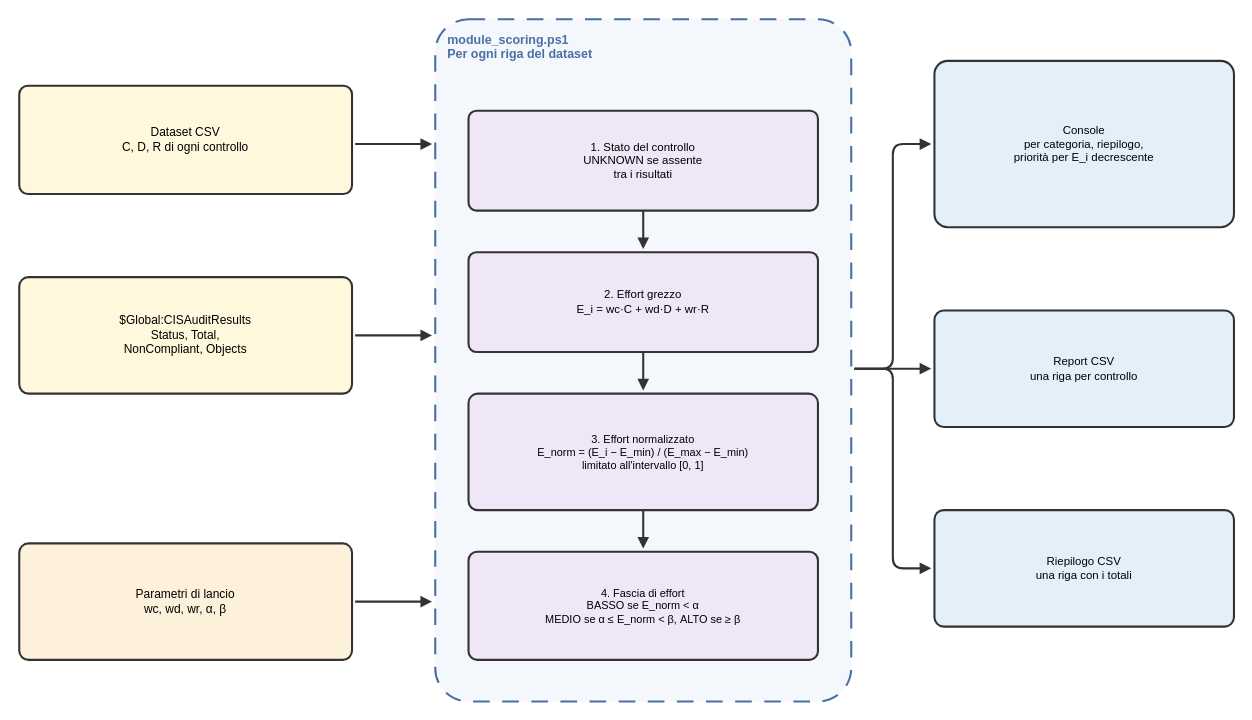
Before: Tesi/img/pipeline_scoring.drawio in MasterCruelty/Thesis-CIS-Assessment, a draw.io diagram. Source tidied: cells renumbered, new cells numbered last; positions are measured from the earlier drawing's top-left corner, leaving out a move shared by most shapes. Both pictures are drawn from the tidied source at 104%, with x=0, y=0 at pixel (19, 19).
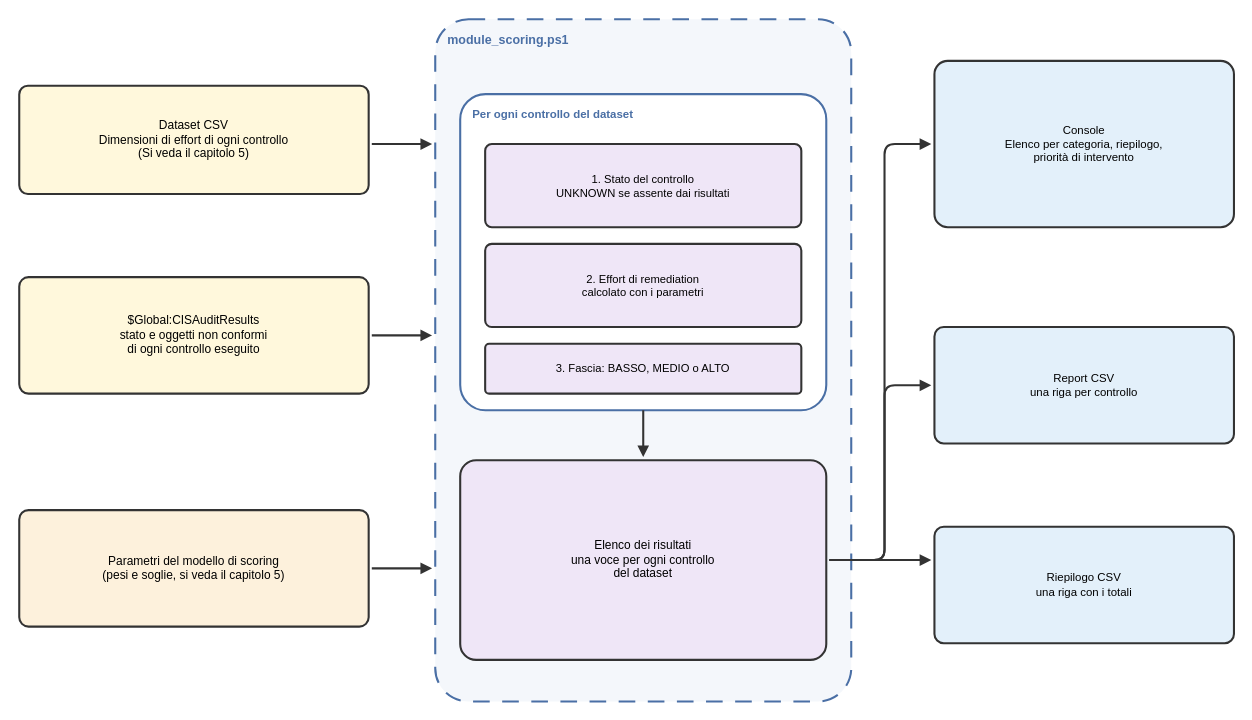
Above is the later version.

The edit, as a diff of the source:
```diff
@@
-    <mxCell id="2" value="Dataset CSV&lt;br&gt;C, D, R di ogni controllo" style="rounded=1;arcSize=8;whiteSpace=wrap;html=1;fillColor=#fff8dc;strokeColor=#333333;strokeWidth=2;fontSize=11.5;fontColor=#000000;fontStyle=0;align=center;verticalAlign=middle;" parent="1" vertex="1">
-      <mxGeometry y="64" width="320" height="104" as="geometry" />
+    <mxCell id="2" value="Dataset CSV&lt;br&gt;Dimensioni di effort di ogni controllo&lt;div&gt;(Si veda il capitolo 5)&lt;/div&gt;" style="rounded=1;arcSize=8;whiteSpace=wrap;html=1;fillColor=#fff8dc;strokeColor=#333333;strokeWidth=2;fontSize=11.5;fontColor=#000000;fontStyle=0;align=center;verticalAlign=middle;" parent="1" vertex="1">
+      <mxGeometry y="64" width="336" height="104" as="geometry" />
     </mxCell>
-    <mxCell id="3" value="$Global:CISAuditResults&lt;br&gt;Status, Total,&lt;br&gt;NonCompliant, Objects" style="rounded=1;arcSize=8;whiteSpace=wrap;html=1;fillColor=#fff8dc;strokeColor=#333333;strokeWidth=2;fontSize=11.5;fontColor=#000000;fontStyle=0;align=center;verticalAlign=middle;" parent="1" vertex="1">
-      <mxGeometry y="248" width="320" height="112" as="geometry" />
+    <mxCell id="3" value="$Global:CISAuditResults&lt;br&gt;stato e oggetti non conformi&lt;br&gt;di ogni controllo eseguito" style="rounded=1;arcSize=8;whiteSpace=wrap;html=1;fillColor=#fff8dc;strokeColor=#333333;strokeWidth=2;fontSize=11.5;fontColor=#000000;fontStyle=0;align=center;verticalAlign=middle;" parent="1" vertex="1">
+      <mxGeometry y="248" width="336" height="112" as="geometry" />
     </mxCell>
-    <mxCell id="4" value="Parametri di lancio&lt;br&gt;wc, wd, wr, α, β" style="rounded=1;arcSize=8;whiteSpace=wrap;html=1;fillColor=#fdf1dc;strokeColor=#333333;strokeWidth=2;fontSize=11.5;fontColor=#000000;fontStyle=0;align=center;verticalAlign=middle;" parent="1" vertex="1">
-      <mxGeometry y="504" width="320" height="112" as="geometry" />
+    <mxCell id="4" value="Parametri del modello di scoring&lt;div&gt;(pesi e soglie, si veda il capitolo 5)&lt;/div&gt;" style="rounded=1;arcSize=8;whiteSpace=wrap;html=1;fillColor=#fdf1dc;strokeColor=#333333;strokeWidth=2;fontSize=11.5;fontColor=#000000;fontStyle=0;align=center;verticalAlign=middle;" parent="1" vertex="1">
+      <mxGeometry y="472" width="336" height="112" as="geometry" />
     </mxCell>
-    <mxCell id="5" value="module_scoring.ps1&lt;br&gt;Per ogni riga del dataset" style="rounded=1;arcSize=8;whiteSpace=wrap;html=1;fillColor=#f4f7fb;strokeColor=#4a6fa5;strokeWidth=2;fontSize=12;fontColor=#4a6fa5;fontStyle=1;align=left;verticalAlign=top;dashed=1;dashPattern=8 6;spacingLeft=10;spacingTop=6;" parent="1" vertex="1">
+    <mxCell id="5" value="module_scoring.ps1" style="rounded=1;arcSize=8;whiteSpace=wrap;html=1;fillColor=#f4f7fb;strokeColor=#4a6fa5;strokeWidth=2;fontSize=12;fontColor=#4a6fa5;fontStyle=1;align=left;verticalAlign=top;dashed=1;dashPattern=8 6;spacingLeft=10;spacingTop=6;" parent="1" vertex="1">
       <mxGeometry x="400" width="400" height="656" as="geometry" />
     </mxCell>
-    <mxCell id="6" value="1. Stato del controllo&lt;br&gt;UNKNOWN se assente&lt;br&gt;tra i risultati" style="rounded=1;arcSize=8;whiteSpace=wrap;html=1;fillColor=#efe6f7;strokeColor=#333333;strokeWidth=2;fontSize=11;fontColor=#000000;fontStyle=0;align=center;verticalAlign=middle;" parent="1" vertex="1">
-      <mxGeometry x="432" y="88" width="336" height="96" as="geometry" />
+    <mxCell id="6" value="Per ogni controllo del dataset" style="rounded=1;arcSize=8;whiteSpace=wrap;html=1;fillColor=#ffffff;strokeColor=#4a6fa5;strokeWidth=2;fontSize=11;fontColor=#4a6fa5;fontStyle=1;align=left;verticalAlign=top;spacingLeft=10;spacingTop=6;" parent="1" vertex="1">
+      <mxGeometry x="424" y="72" width="352" height="304" as="geometry" />
     </mxCell>
-    <mxCell id="7" value="2. Effort grezzo&lt;br&gt;E_i = wc·C + wd·D + wr·R" style="rounded=1;arcSize=8;whiteSpace=wrap;html=1;fillColor=#efe6f7;strokeColor=#333333;strokeWidth=2;fontSize=11;fontColor=#000000;fontStyle=0;align=center;verticalAlign=middle;" parent="1" vertex="1">
-      <mxGeometry x="432" y="224" width="336" height="96" as="geometry" />
+    <mxCell id="7" value="1. Stato del controllo&lt;br&gt;UNKNOWN se assente dai risultati" style="rounded=1;arcSize=8;whiteSpace=wrap;html=1;fillColor=#efe6f7;strokeColor=#333333;strokeWidth=2;fontSize=10.8;fontColor=#000000;fontStyle=0;align=center;verticalAlign=middle;" parent="1" vertex="1">
+      <mxGeometry x="448" y="120" width="304" height="80" as="geometry" />
     </mxCell>
-    <mxCell id="8" value="3. Effort normalizzato&lt;br&gt;E_norm = (E_i − E_min) / (E_max − E_min)&lt;br&gt;limitato all'intervallo [0, 1]" style="rounded=1;arcSize=8;whiteSpace=wrap;html=1;fillColor=#efe6f7;strokeColor=#333333;strokeWidth=2;fontSize=10.5;fontColor=#000000;fontStyle=0;align=center;verticalAlign=middle;" parent="1" vertex="1">
-      <mxGeometry x="432" y="360" width="336" height="112" as="geometry" />
+    <mxCell id="8" value="2. Effort di remediation&lt;br&gt;calcolato con i parametri" style="rounded=1;arcSize=8;whiteSpace=wrap;html=1;fillColor=#efe6f7;strokeColor=#333333;strokeWidth=2;fontSize=10.8;fontColor=#000000;fontStyle=0;align=center;verticalAlign=middle;" parent="1" vertex="1">
+      <mxGeometry x="448" y="216" width="304" height="80" as="geometry" />
     </mxCell>
-    <mxCell id="9" value="4. Fascia di effort&lt;br&gt;BASSO se E_norm &lt; α&lt;br&gt;MEDIO se α ≤ E_norm &lt; β, ALTO se ≥ β" style="rounded=1;arcSize=8;whiteSpace=wrap;html=1;fillColor=#efe6f7;strokeColor=#333333;strokeWidth=2;fontSize=10.5;fontColor=#000000;fontStyle=0;align=center;verticalAlign=middle;" parent="1" vertex="1">
-      <mxGeometry x="432" y="512" width="336" height="104" as="geometry" />
+    <mxCell id="9" value="3. Fascia: BASSO, MEDIO o ALTO" style="rounded=1;arcSize=8;whiteSpace=wrap;html=1;fillColor=#efe6f7;strokeColor=#333333;strokeWidth=2;fontSize=10.8;fontColor=#000000;fontStyle=0;align=center;verticalAlign=middle;" parent="1" vertex="1">
+      <mxGeometry x="448" y="312" width="304" height="48" as="geometry" />
     </mxCell>
-    <mxCell id="10" value="Console&lt;br&gt;per categoria, riepilogo,&lt;br&gt;priorità per E_i decrescente" style="rounded=1;arcSize=8;whiteSpace=wrap;html=1;fillColor=#e3f0fa;strokeColor=#333333;strokeWidth=2;fontSize=11;fontColor=#000000;fontStyle=0;align=center;verticalAlign=middle;" parent="1" vertex="1">
-      <mxGeometry x="880" y="40" width="288" height="160" as="geometry" />
+    <mxCell id="10" value="Elenco dei risultati&lt;br&gt;una voce per ogni controllo&lt;br&gt;del dataset" style="rounded=1;arcSize=8;whiteSpace=wrap;html=1;fillColor=#efe6f7;strokeColor=#333333;strokeWidth=2;fontSize=11.5;fontColor=#000000;fontStyle=0;align=center;verticalAlign=middle;" parent="1" vertex="1">
+      <mxGeometry x="424" y="424" width="352" height="192" as="geometry" />
     </mxCell>
-    <mxCell id="11" value="Report CSV&lt;br&gt;una riga per controllo" style="rounded=1;arcSize=8;whiteSpace=wrap;html=1;fillColor=#e3f0fa;strokeColor=#333333;strokeWidth=2;fontSize=11;fontColor=#000000;fontStyle=0;align=center;verticalAlign=middle;" parent="1" vertex="1">
-      <mxGeometry x="880" y="280" width="288" height="112" as="geometry" />
+    <mxCell id="11" value="Console&lt;br&gt;Elenco per categoria, riepilogo,&lt;br&gt;priorità di intervento" style="rounded=1;arcSize=8;whiteSpace=wrap;html=1;fillColor=#e3f0fa;strokeColor=#333333;strokeWidth=2;fontSize=11;fontColor=#000000;fontStyle=0;align=center;verticalAlign=middle;" parent="1" vertex="1">
+      <mxGeometry x="880" y="40" width="288" height="160" as="geometry" />
     </mxCell>
-    <mxCell id="12" value="Riepilogo CSV&lt;br&gt;una riga con i totali" style="rounded=1;arcSize=8;whiteSpace=wrap;html=1;fillColor=#e3f0fa;strokeColor=#333333;strokeWidth=2;fontSize=11;fontColor=#000000;fontStyle=0;align=center;verticalAlign=middle;" parent="1" vertex="1">
-      <mxGeometry x="880" y="472" width="288" height="112" as="geometry" />
+    <mxCell id="12" value="Report CSV&lt;br&gt;una riga per controllo" style="rounded=1;arcSize=8;whiteSpace=wrap;html=1;fillColor=#e3f0fa;strokeColor=#333333;strokeWidth=2;fontSize=11;fontColor=#000000;fontStyle=0;align=center;verticalAlign=middle;" parent="1" vertex="1">
+      <mxGeometry x="880" y="296" width="288" height="112" as="geometry" />
     </mxCell>
-    <mxCell id="13" style="endArrow=block;endFill=1;html=1;strokeColor=#333333;strokeWidth=2;" parent="1" edge="1">
-      <mxGeometry relative="1" as="geometry">
-        <mxPoint x="323" y="120" as="sourcePoint" />
-        <mxPoint x="397" y="120" as="targetPoint" />
-      </mxGeometry>
+    <mxCell id="13" value="Riepilogo CSV&lt;br&gt;una riga con i totali" style="rounded=1;arcSize=8;whiteSpace=wrap;html=1;fillColor=#e3f0fa;strokeColor=#333333;strokeWidth=2;fontSize=11;fontColor=#000000;fontStyle=0;align=center;verticalAlign=middle;" parent="1" vertex="1">
+      <mxGeometry x="880" y="488" width="288" height="112" as="geometry" />
     </mxCell>
     <mxCell id="14" style="endArrow=block;endFill=1;html=1;strokeColor=#333333;strokeWidth=2;" parent="1" edge="1">
       <mxGeometry relative="1" as="geometry">
-        <mxPoint x="323" y="304" as="sourcePoint" />
-        <mxPoint x="397" y="304" as="targetPoint" />
+        <mxPoint x="339" y="120" as="sourcePoint" />
+        <mxPoint x="397" y="120" as="targetPoint" />
       </mxGeometry>
     </mxCell>
     <mxCell id="15" style="endArrow=block;endFill=1;html=1;strokeColor=#333333;strokeWidth=2;" parent="1" edge="1">
       <mxGeometry relative="1" as="geometry">
-        <mxPoint x="323" y="560" as="sourcePoint" />
-        <mxPoint x="397" y="560" as="targetPoint" />
+        <mxPoint x="339" y="304" as="sourcePoint" />
+        <mxPoint x="397" y="304" as="targetPoint" />
       </mxGeometry>
     </mxCell>
     <mxCell id="16" style="endArrow=block;endFill=1;html=1;strokeColor=#333333;strokeWidth=2;" parent="1" edge="1">
       <mxGeometry relative="1" as="geometry">
-        <mxPoint x="600" y="184" as="sourcePoint" />
-        <mxPoint x="600" y="221" as="targetPoint" />
+        <mxPoint x="339" y="528" as="sourcePoint" />
+        <mxPoint x="397" y="528" as="targetPoint" />
       </mxGeometry>
     </mxCell>
     <mxCell id="17" style="endArrow=block;endFill=1;html=1;strokeColor=#333333;strokeWidth=2;" parent="1" edge="1">
       <mxGeometry relative="1" as="geometry">
-        <mxPoint x="600" y="320" as="sourcePoint" />
-        <mxPoint x="600" y="357" as="targetPoint" />
+        <mxPoint x="600" y="376" as="sourcePoint" />
+        <mxPoint x="600" y="421" as="targetPoint" />
       </mxGeometry>
     </mxCell>
     <mxCell id="18" style="endArrow=block;endFill=1;html=1;strokeColor=#333333;strokeWidth=2;" parent="1" edge="1">
       <mxGeometry relative="1" as="geometry">
-        <mxPoint x="600" y="472" as="sourcePoint" />
-        <mxPoint x="600" y="509" as="targetPoint" />
+        <mxPoint x="779" y="520" as="sourcePoint" />
+        <mxPoint x="877" y="120" as="targetPoint" />
+        <Array as="points">
+          <mxPoint x="832" y="520" />
+          <mxPoint x="832" y="120" />
+        </Array>
       </mxGeometry>
     </mxCell>
     <mxCell id="19" style="endArrow=block;endFill=1;html=1;strokeColor=#333333;strokeWidth=2;" parent="1" edge="1">
       <mxGeometry relative="1" as="geometry">
-        <mxPoint x="803" y="336" as="sourcePoint" />
-        <mxPoint x="877" y="120" as="targetPoint" />
+        <mxPoint x="779" y="520" as="sourcePoint" />
+        <mxPoint x="877" y="352" as="targetPoint" />
         <Array as="points">
-          <mxPoint x="840" y="336" />
-          <mxPoint x="840" y="120" />
+          <mxPoint x="832" y="520" />
+          <mxPoint x="832" y="352" />
         </Array>
       </mxGeometry>
     </mxCell>
     <mxCell id="20" style="endArrow=block;endFill=1;html=1;strokeColor=#333333;strokeWidth=2;" parent="1" edge="1">
       <mxGeometry relative="1" as="geometry">
-        <mxPoint x="803" y="336" as="sourcePoint" />
-        <mxPoint x="877" y="336" as="targetPoint" />
+        <mxPoint x="779" y="520" as="sourcePoint" />
+        <mxPoint x="877" y="520" as="targetPoint" />
       </mxGeometry>
     </mxCell>
-    <mxCell id="21" style="endArrow=block;endFill=1;html=1;strokeColor=#333333;strokeWidth=2;" parent="1" edge="1">
-      <mxGeometry relative="1" as="geometry">
-        <mxPoint x="803" y="336" as="sourcePoint" />
-        <mxPoint x="877" y="528" as="targetPoint" />
-        <Array as="points">
-          <mxPoint x="840" y="336" />
-          <mxPoint x="840" y="528" />
-        </Array>
-      </mxGeometry>
-    </mxCell>
```
